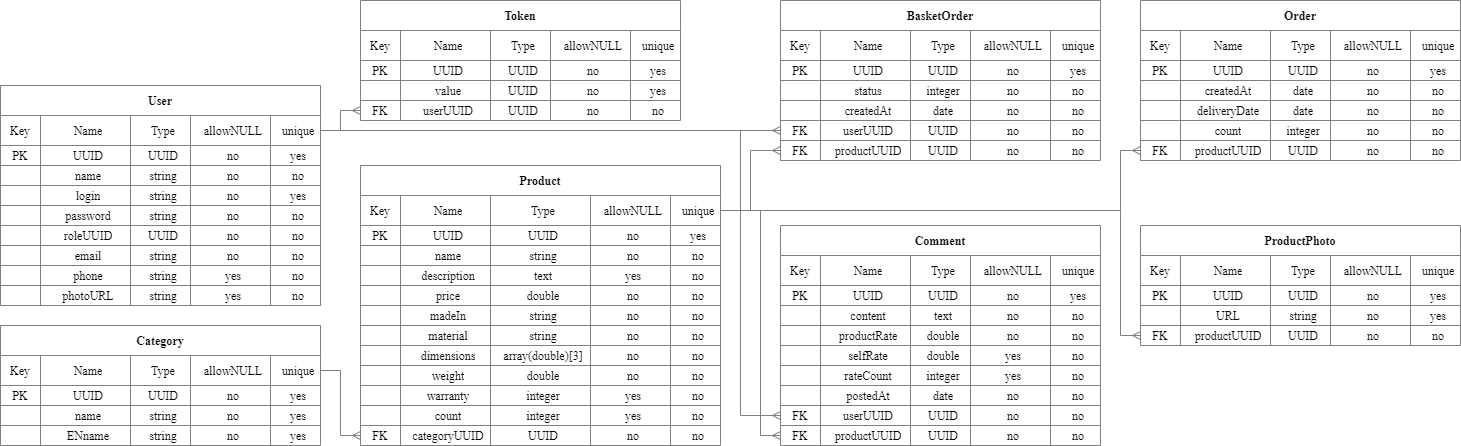
Before: other/db-refactored.png, a diagram exported from draw.io (chidleev/MyRoom2). Source tidied: cells renumbered, new cells last; positions are measured from the earlier drawing's top-left corner, leaving out a move shared by most shapes.
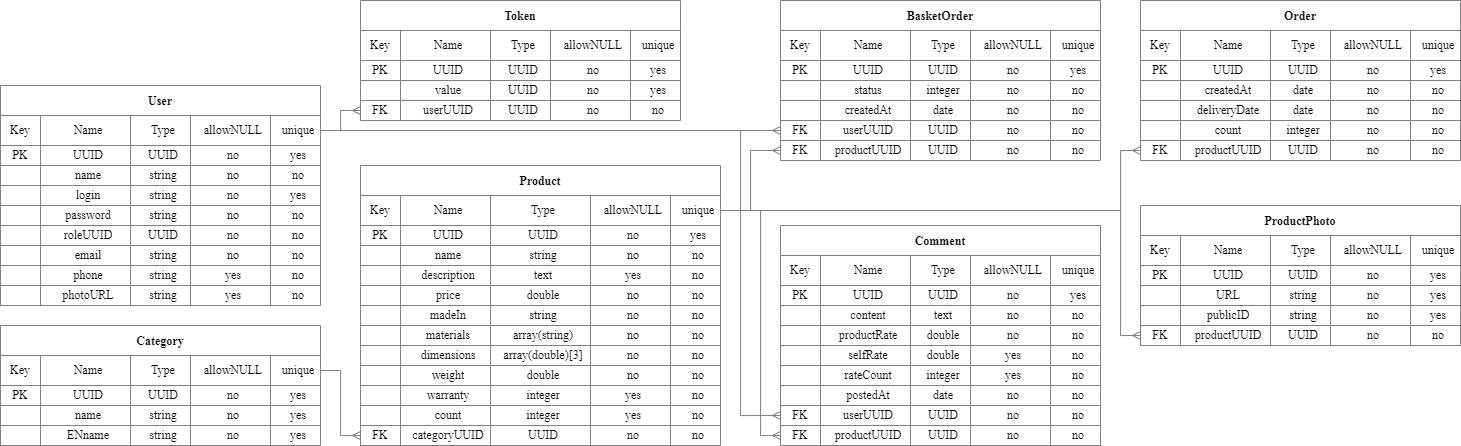
The same file after the commit.

Change to the diagram source:
```diff
@@ -651,10 +651,10 @@
     <mxCell id="214" style="shape=partialRectangle;html=1;whiteSpace=wrap;fillColor=none;top=0;left=0;bottom=0;right=0;overflow=hidden;rounded=0;shadow=0;glass=0;sketch=0;align=center;fontFamily=Times New Roman;labelBackgroundColor=none;strokeColor=#808080;" parent="213" vertex="1">
       <mxGeometry width="40" height="20" as="geometry" />
     </mxCell>
-    <mxCell id="215" value="material" style="shape=partialRectangle;html=1;whiteSpace=wrap;fillColor=none;top=0;left=0;bottom=0;right=0;align=center;spacingLeft=6;overflow=hidden;rounded=0;shadow=0;glass=0;sketch=0;fontFamily=Times New Roman;labelBackgroundColor=none;strokeColor=#808080;" parent="213" vertex="1">
+    <mxCell id="215" value="materials" style="shape=partialRectangle;html=1;whiteSpace=wrap;fillColor=none;top=0;left=0;bottom=0;right=0;align=center;spacingLeft=6;overflow=hidden;rounded=0;shadow=0;glass=0;sketch=0;fontFamily=Times New Roman;labelBackgroundColor=none;strokeColor=#808080;" parent="213" vertex="1">
       <mxGeometry x="40" width="90" height="20" as="geometry" />
     </mxCell>
-    <mxCell id="216" value="string" style="shape=partialRectangle;html=1;whiteSpace=wrap;fillColor=none;top=0;left=0;bottom=0;right=0;align=center;spacingLeft=6;overflow=hidden;rounded=0;shadow=0;glass=0;sketch=0;fontFamily=Times New Roman;labelBackgroundColor=none;strokeColor=#808080;" parent="213" vertex="1">
+    <mxCell id="216" value="array(string)" style="shape=partialRectangle;html=1;whiteSpace=wrap;fillColor=none;top=0;left=0;bottom=0;right=0;align=center;spacingLeft=6;overflow=hidden;rounded=0;shadow=0;glass=0;sketch=0;fontFamily=Times New Roman;labelBackgroundColor=none;strokeColor=#808080;" parent="213" vertex="1">
       <mxGeometry x="130" width="100" height="20" as="geometry" />
     </mxCell>
     <mxCell id="217" value="&lt;span&gt;no&lt;/span&gt;" style="shape=partialRectangle;html=1;whiteSpace=wrap;fillColor=none;top=0;left=0;bottom=0;right=0;align=center;spacingLeft=6;overflow=hidden;rounded=0;shadow=0;glass=0;sketch=0;fontFamily=Times New Roman;labelBackgroundColor=none;strokeColor=#808080;" parent="213" vertex="1">
@@ -754,7 +754,7 @@
       <mxGeometry x="310" width="50" height="20" as="geometry" />
     </mxCell>
     <mxCell id="249" value="ProductPhoto" style="shape=table;startSize=30;rowLines=1;fontStyle=1;align=center;rounded=0;shadow=0;glass=0;sketch=0;fillColor=#ffffff;strokeColor=#808080;fontFamily=Times New Roman;labelBackgroundColor=none;" parent="1" vertex="1">
-      <mxGeometry x="1140" y="225" width="320" height="120" as="geometry" />
+      <mxGeometry x="1140" y="205" width="320" height="140" as="geometry" />
     </mxCell>
     <mxCell id="250" style="shape=partialRectangle;html=1;whiteSpace=wrap;fillColor=none;top=0;left=0;bottom=1;right=0;rounded=0;shadow=0;glass=0;sketch=0;align=center;fontFamily=Times New Roman;labelBackgroundColor=none;strokeColor=#808080;" parent="249" vertex="1">
       <mxGeometry y="30" width="320" height="30" as="geometry" />
@@ -810,8 +810,26 @@
     <mxCell id="267" value="yes" style="shape=partialRectangle;html=1;whiteSpace=wrap;fillColor=none;top=0;left=0;bottom=0;right=0;align=center;spacingLeft=6;overflow=hidden;rounded=0;shadow=0;glass=0;sketch=0;fontFamily=Times New Roman;labelBackgroundColor=none;strokeColor=#808080;" parent="262" vertex="1">
       <mxGeometry x="270" width="50" height="20" as="geometry" />
     </mxCell>
+    <mxCell id="342" style="shape=partialRectangle;html=1;whiteSpace=wrap;fillColor=none;top=0;left=0;bottom=0;right=0;rounded=0;shadow=0;glass=0;sketch=0;align=center;fontFamily=Times New Roman;labelBackgroundColor=none;strokeColor=#808080;" parent="249" vertex="1">
+      <mxGeometry y="100" width="320" height="20" as="geometry" />
+    </mxCell>
+    <mxCell id="343" style="shape=partialRectangle;html=1;whiteSpace=wrap;fillColor=none;top=0;left=0;bottom=0;right=0;overflow=hidden;rounded=0;shadow=0;glass=0;sketch=0;align=center;fontFamily=Times New Roman;labelBackgroundColor=none;strokeColor=#808080;" parent="342" vertex="1">
+      <mxGeometry width="40" height="20" as="geometry" />
+    </mxCell>
+    <mxCell id="344" value="publicID" style="shape=partialRectangle;html=1;whiteSpace=wrap;fillColor=none;top=0;left=0;bottom=0;right=0;align=center;spacingLeft=6;overflow=hidden;rounded=0;shadow=0;glass=0;sketch=0;fontFamily=Times New Roman;labelBackgroundColor=none;strokeColor=#808080;" parent="342" vertex="1">
+      <mxGeometry x="40" width="90" height="20" as="geometry" />
+    </mxCell>
+    <mxCell id="345" value="string" style="shape=partialRectangle;html=1;whiteSpace=wrap;fillColor=none;top=0;left=0;bottom=0;right=0;align=center;spacingLeft=6;overflow=hidden;rounded=0;shadow=0;glass=0;sketch=0;fontFamily=Times New Roman;labelBackgroundColor=none;strokeColor=#808080;" parent="342" vertex="1">
+      <mxGeometry x="130" width="60" height="20" as="geometry" />
+    </mxCell>
+    <mxCell id="346" value="no" style="shape=partialRectangle;html=1;whiteSpace=wrap;fillColor=none;top=0;left=0;bottom=0;right=0;align=center;spacingLeft=6;overflow=hidden;rounded=0;shadow=0;glass=0;sketch=0;fontFamily=Times New Roman;labelBackgroundColor=none;strokeColor=#808080;" parent="342" vertex="1">
+      <mxGeometry x="190" width="80" height="20" as="geometry" />
+    </mxCell>
+    <mxCell id="347" value="yes" style="shape=partialRectangle;html=1;whiteSpace=wrap;fillColor=none;top=0;left=0;bottom=0;right=0;align=center;spacingLeft=6;overflow=hidden;rounded=0;shadow=0;glass=0;sketch=0;fontFamily=Times New Roman;labelBackgroundColor=none;strokeColor=#808080;" parent="342" vertex="1">
+      <mxGeometry x="270" width="50" height="20" as="geometry" />
+    </mxCell>
     <mxCell id="268" style="shape=partialRectangle;html=1;whiteSpace=wrap;fillColor=none;top=0;left=0;bottom=0;right=0;points=[[0,0.5],[1,0.5]];portConstraint=eastwest;rounded=0;shadow=0;glass=0;sketch=0;align=center;fontFamily=Times New Roman;labelBackgroundColor=none;strokeColor=#808080;" parent="249" vertex="1">
-      <mxGeometry y="100" width="320" height="20" as="geometry" />
+      <mxGeometry y="120" width="320" height="20" as="geometry" />
     </mxCell>
     <mxCell id="269" value="FK" style="shape=partialRectangle;html=1;whiteSpace=wrap;fillColor=none;top=0;left=0;bottom=0;right=0;overflow=hidden;rounded=0;shadow=0;glass=0;sketch=0;align=center;fontFamily=Times New Roman;labelBackgroundColor=none;strokeColor=#808080;" parent="268" vertex="1">
       <mxGeometry width="40" height="20" as="geometry" />
```
